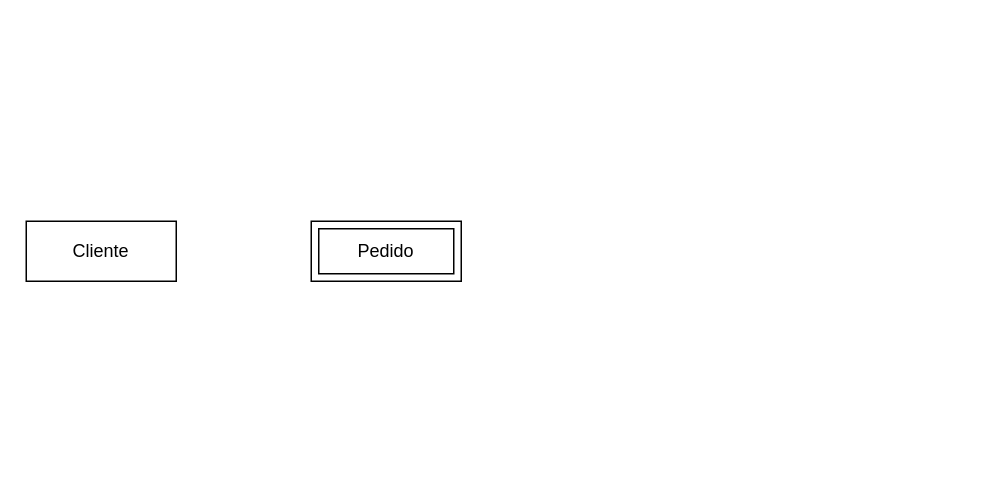
Above: Diagrama sin título.drawio in Zuzed22/Modelado-de-bases-de-datos-entidades-relaciones-y-atributos (draw.io), before the change. Source tidied: cells renumbered, new cells numbered last; positions are measured from the earlier drawing's top-left corner, leaving out a move shared by most shapes. Both pictures are drawn from the tidied source at 150%, with x=0, y=0 at pixel (26, 220).
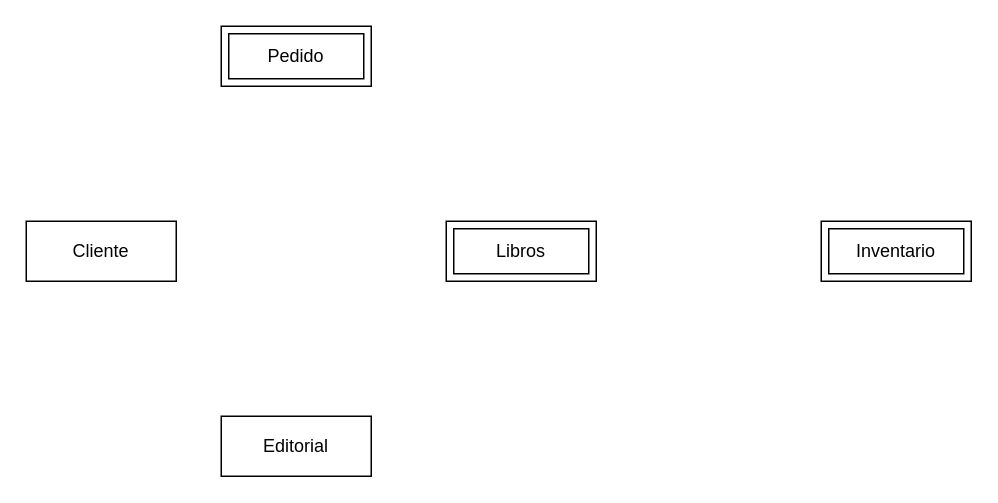
The same page after the edit.

Commit message:
Modelado de datos

Change to the diagram source:
```diff
@@
 <mxGraphModel>
   <root>
     <mxCell id="0" />
     <mxCell id="1" parent="0" />
     <mxCell id="2" value="Cliente" style="whiteSpace=wrap;html=1;align=center;" parent="1" vertex="1">
       <mxGeometry width="100" height="40" as="geometry" />
     </mxCell>
     <mxCell id="3" value="Pedido" style="shape=ext;margin=3;double=1;whiteSpace=wrap;html=1;align=center;" parent="1" vertex="1">
-      <mxGeometry x="190" width="100" height="40" as="geometry" />
+      <mxGeometry x="130" y="-130" width="100" height="40" as="geometry" />
     </mxCell>
+    <mxCell id="4" value="Editorial" style="whiteSpace=wrap;html=1;align=center;" parent="1" vertex="1">
+      <mxGeometry x="130" y="130" width="100" height="40" as="geometry" />
+    </mxCell>
+    <mxCell id="5" value="Libros" style="shape=ext;margin=3;double=1;whiteSpace=wrap;html=1;align=center;" parent="1" vertex="1">
+      <mxGeometry x="280" width="100" height="40" as="geometry" />
+    </mxCell>
+    <mxCell id="6" value="Inventario" style="shape=ext;margin=3;double=1;whiteSpace=wrap;html=1;align=center;" parent="1" vertex="1">
+      <mxGeometry x="530" width="100" height="40" as="geometry" />
+    </mxCell>
   </root>
 </mxGraphModel>
```
